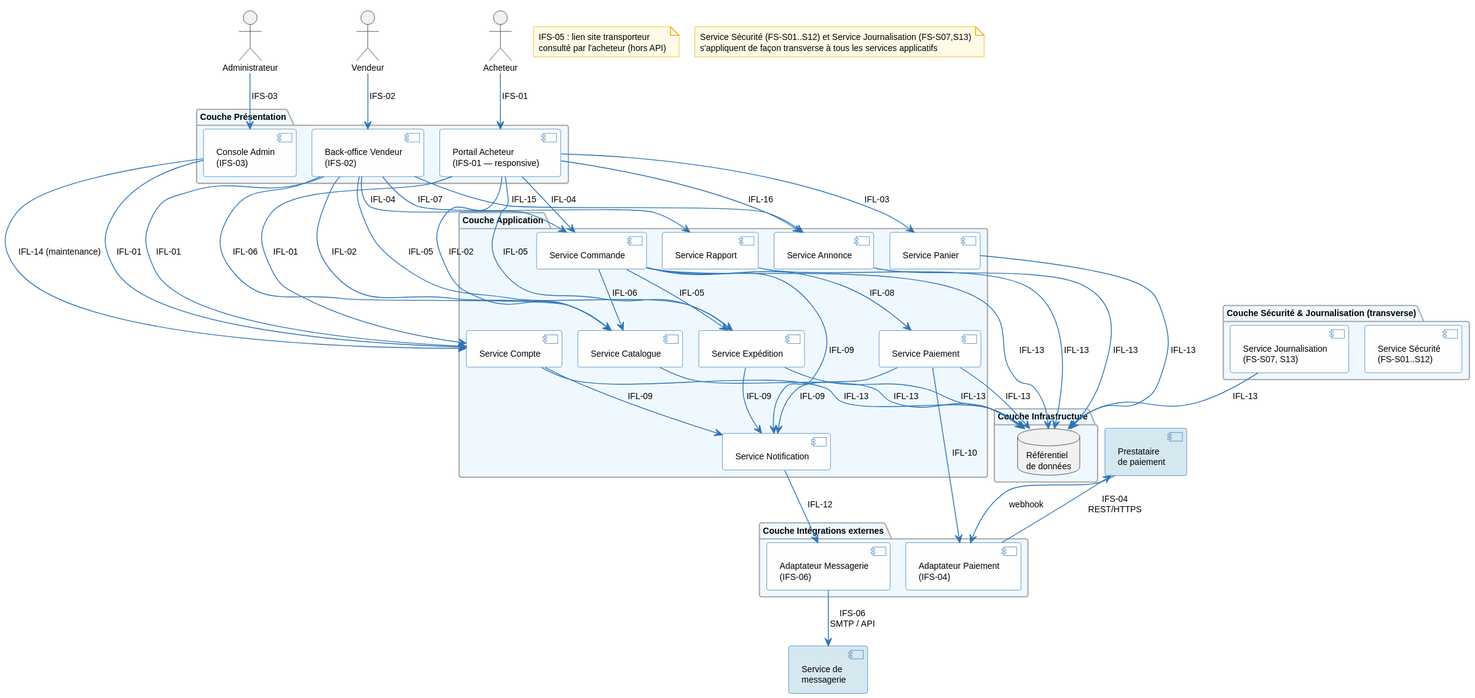
This is architecture/03-logical-architecture/diagrams/la-components.svg from louistalvande/online_shop, a PlantUML export, as it was before one commit.
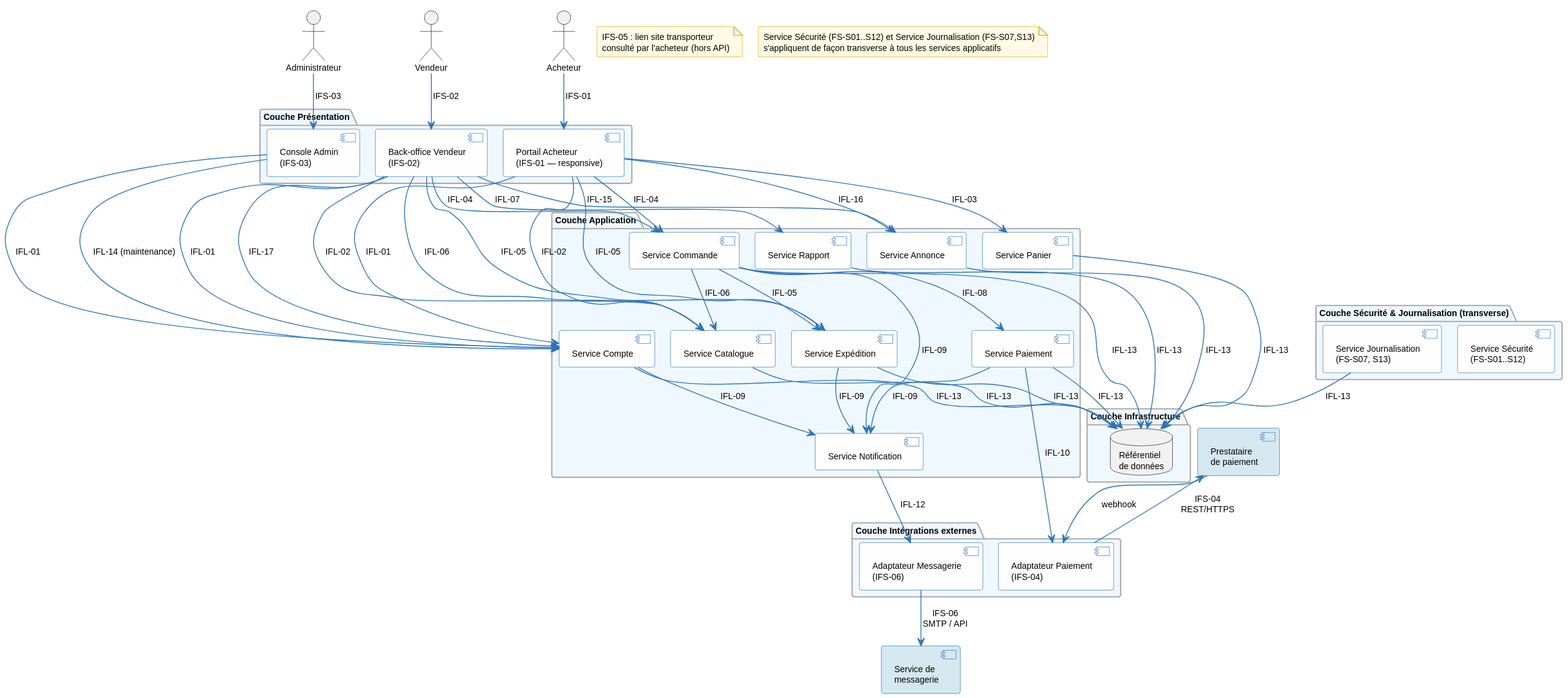
The same diagram one commit later.

Diff of the diagram source:
```diff
@@ -65,6 +65,7 @@
 UI_Vendor --> SvcShipping : IFL-05
 UI_Vendor --> SvcReport : IFL-07
 UI_Vendor --> SvcAnnounce : IFL-15
+UI_Vendor --> SvcAccount : IFL-17
 
 UI_Buyer --> SvcAnnounce : IFL-16
 
```
